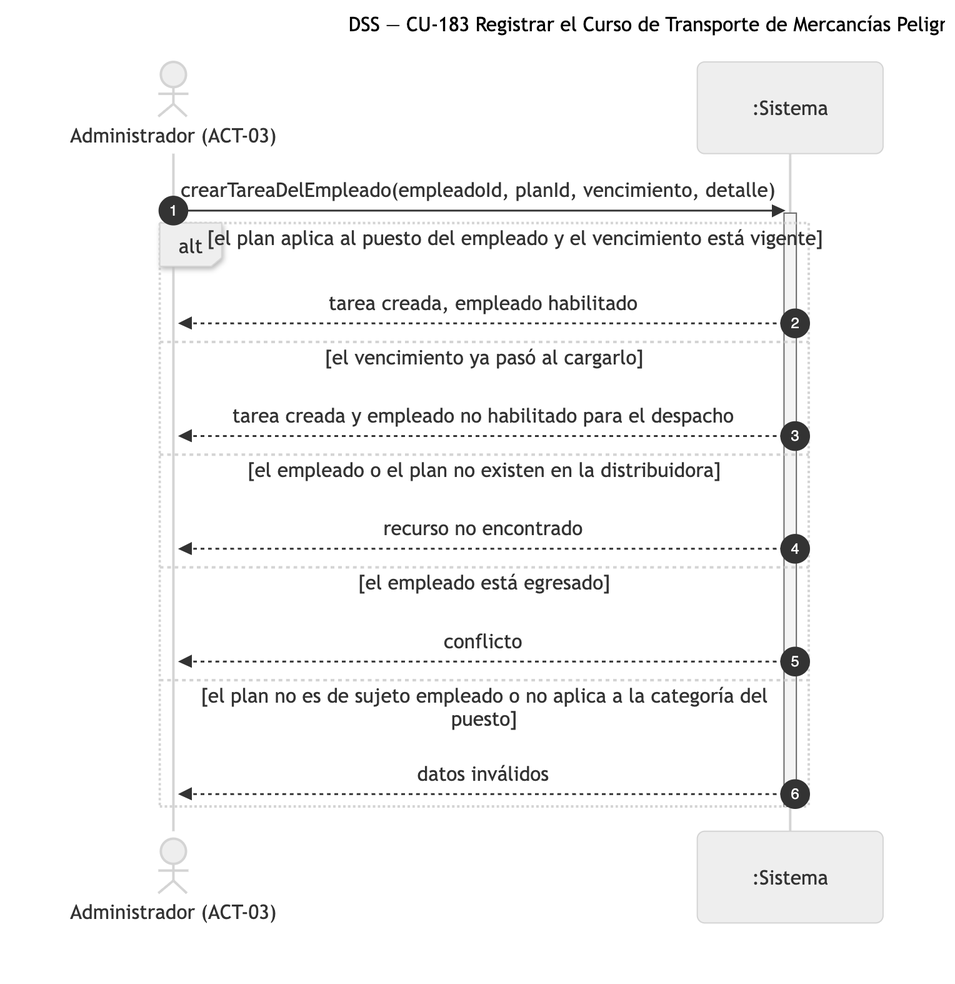
Above: diagramas/png/DSS_CU-183_Registrar-el-Curso-de-Transporte-de-Mercancias-Peligrosas-del-Empleado.png in Nahuelito-Dev/splg-docs (Mermaid), before the change. Its source is kept beside it as diagramas/DSS_CU-183_Registrar-el-Curso-de-Transporte-de-Mercancias-Peligrosas-del-Empleado.mmd.
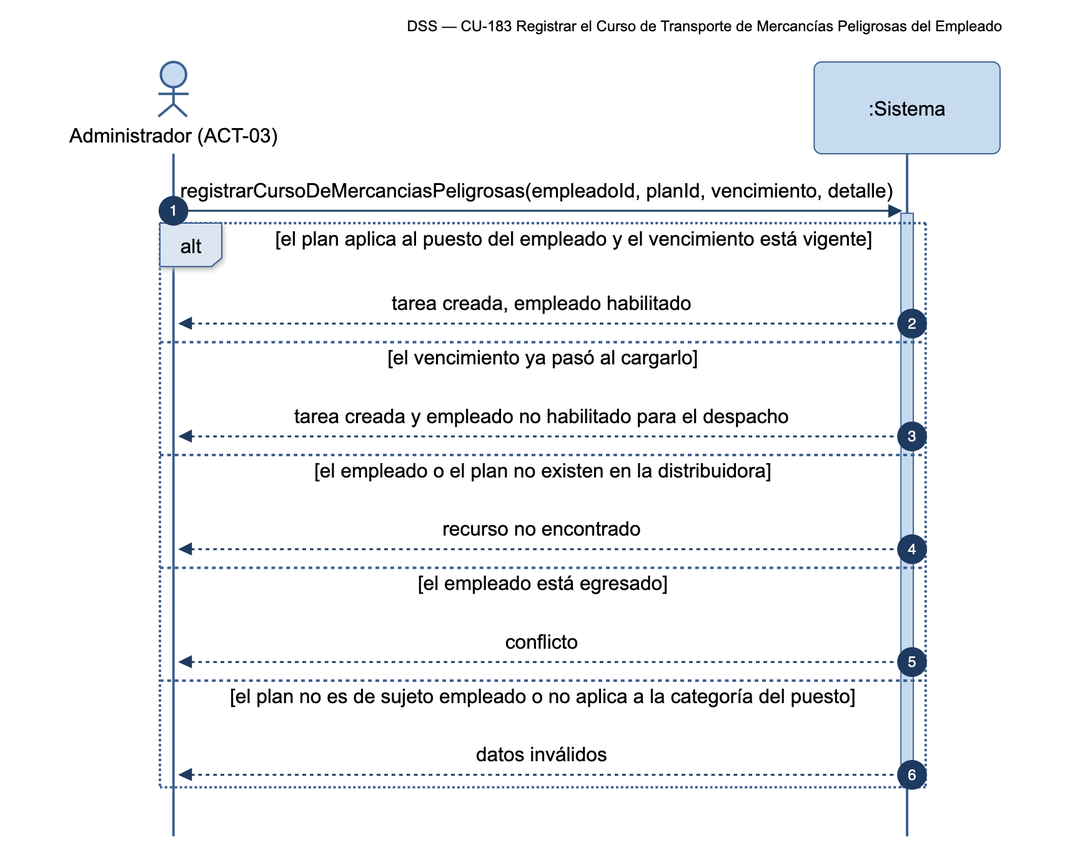
Later version of the same file.

What changed in the source:
```diff
@@ -4,7 +4,7 @@
     actor ADM as Administrador (ACT-03)
     participant SIS as :Sistema
 
-    ADM->>SIS: crearTareaDelEmpleado(empleadoId, planId, vencimiento, detalle)
+    ADM->>SIS: registrarCursoDeMercanciasPeligrosas(empleadoId, planId, vencimiento, detalle)
     activate SIS
     alt el plan aplica al puesto del empleado y el vencimiento está vigente
         SIS-->>ADM: tarea creada, empleado habilitado
```
